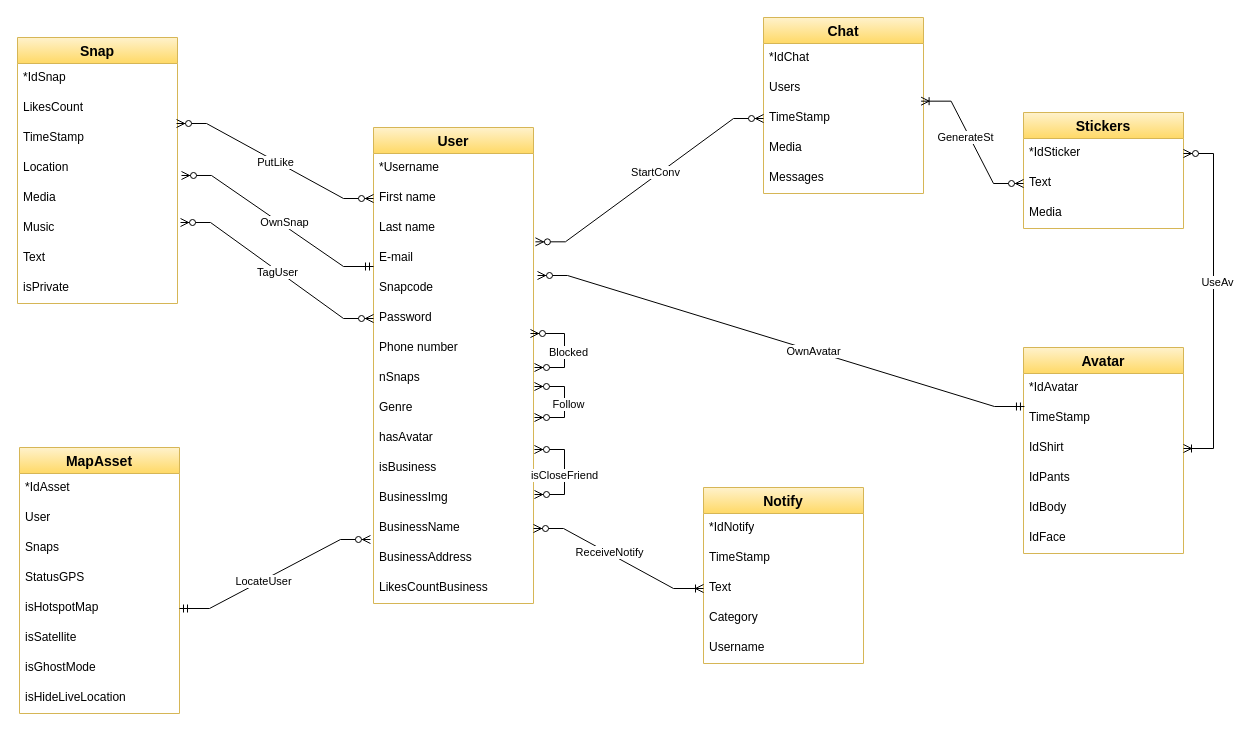
The draw.io diagram nuovo-schema-ER.drawio in Antonet99/noSQL-Snapchat, before the edit. Source tidied: cells renumbered, new cells numbered last; positions are measured from the earlier drawing's top-left corner, leaving out a move shared by most shapes. Both pictures are drawn from the tidied source at 100%, with x=0, y=0 at pixel (17, 17).
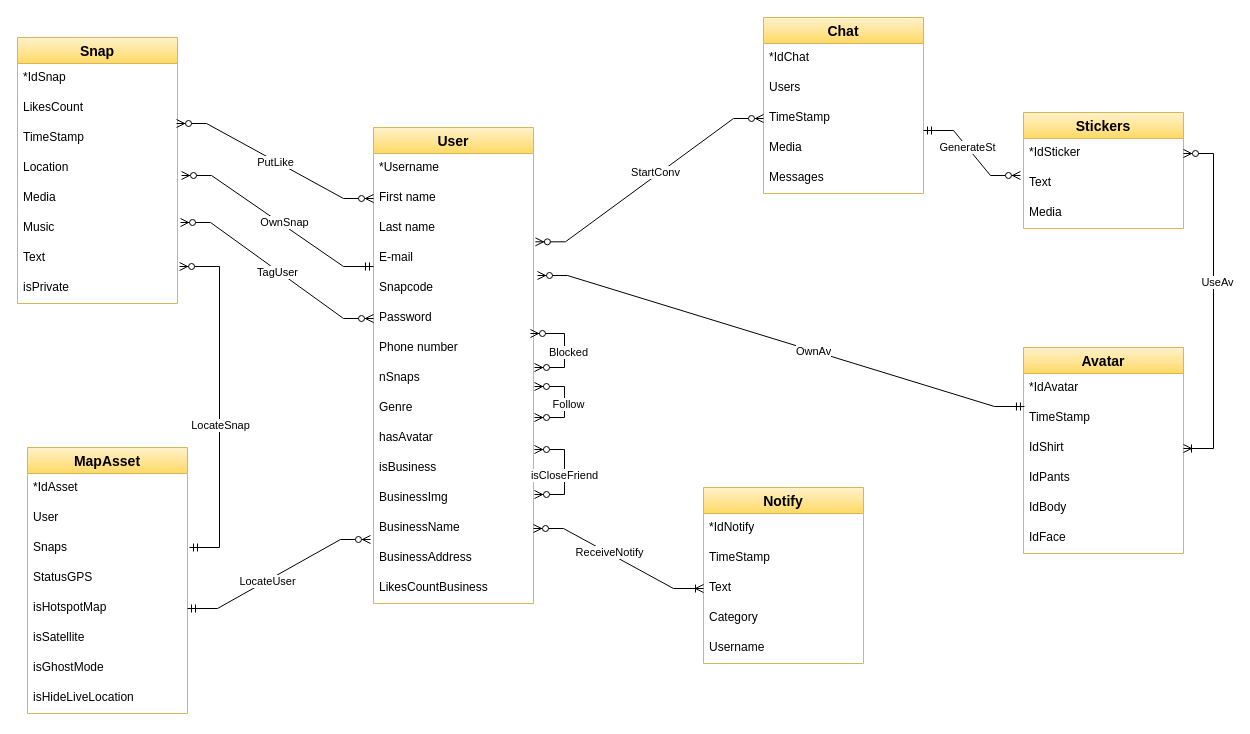
The same page after the edit.

Unchanged cells that the change refers to:
```xml
<mxCell id="30" value="TimeStamp" style="text;strokeColor=none;fillColor=none;spacingLeft=4;spacingRight=4;overflow=hidden;points=[[0,0.5],[1,0.5]];portConstraint=eastwest;fontSize=12;whiteSpace=wrap;html=1;" parent="27" vertex="1">
  <mxGeometry y="86" width="160" height="30" as="geometry" />
</mxCell>
<mxCell id="31" value="Media" style="text;strokeColor=none;fillColor=none;spacingLeft=4;spacingRight=4;overflow=hidden;points=[[0,0.5],[1,0.5]];portConstraint=eastwest;fontSize=12;whiteSpace=wrap;html=1;" parent="27" vertex="1">
  <mxGeometry y="116" width="160" height="30" as="geometry" />
</mxCell>
<mxCell id="40" value="Text" style="text;strokeColor=none;fillColor=none;spacingLeft=4;spacingRight=4;overflow=hidden;points=[[0,0.5],[1,0.5]];portConstraint=eastwest;fontSize=12;whiteSpace=wrap;html=1;" parent="33" vertex="1">
  <mxGeometry y="206" width="160" height="30" as="geometry" />
</mxCell>
<mxCell id="57" value="Text" style="text;strokeColor=none;fillColor=none;spacingLeft=4;spacingRight=4;overflow=hidden;points=[[0,0.5],[1,0.5]];portConstraint=eastwest;fontSize=12;whiteSpace=wrap;html=1;" parent="55" vertex="1">
  <mxGeometry y="56" width="160" height="30" as="geometry" />
</mxCell>
<mxCell id="77" style="edgeStyle=entityRelationEdgeStyle;fontSize=12;html=1;endArrow=ERzeroToMany;startArrow=ERmandOne;rounded=0;entryX=1.025;entryY=0.067;entryDx=0;entryDy=0;exitX=0.006;exitY=0.1;exitDx=0;exitDy=0;exitPerimeter=0;entryPerimeter=0;" parent="1" edge="1" source="44" target="7">
  <mxGeometry relative="1" as="geometry" />
</mxCell>
```

The edit, as a diff of the source:
```diff
@@
     <mxCell id="18" value="MapAsset" style="swimlane;fontStyle=1;horizontal=1;startSize=26;align=center;fontSize=14;fillColor=#fff2cc;strokeColor=#d6b656;gradientColor=#ffd966;" parent="1" vertex="1">
-      <mxGeometry x="2" y="430" width="160" height="266" as="geometry" />
+      <mxGeometry x="10" y="430" width="160" height="266" as="geometry" />
     </mxCell>
@@
-    <mxCell id="59" style="edgeStyle=entityRelationEdgeStyle;fontSize=12;html=1;endArrow=ERoneToMany;startArrow=ERzeroToMany;rounded=0;entryX=0.985;entryY=-0.078;entryDx=0;entryDy=0;entryPerimeter=0;exitX=0;exitY=0.5;exitDx=0;exitDy=0;" parent="1" edge="1" source="57" target="30">
-      <mxGeometry relative="1" as="geometry" />
-    </mxCell>
-    <mxCell id="60" value="GenerateSt" style="edgeLabel;html=1;align=center;verticalAlign=middle;" parent="59" vertex="1">
-      <mxGeometry x="0.1" y="3" relative="1" as="geometry">
-        <mxPoint x="-1" as="offset" />
-      </mxGeometry>
-    </mxCell>
@@
-    <mxCell id="78" value="OwnAvatar" style="edgeLabel;html=1;align=center;verticalAlign=middle;" parent="77" vertex="1">
+    <mxCell id="78" value="OwnAv" style="edgeLabel;html=1;align=center;verticalAlign=middle;" parent="77" vertex="1">
       <mxGeometry x="-0.13" relative="1" as="geometry" />
     </mxCell>
@@
+    <mxCell id="83" style="edgeStyle=entityRelationEdgeStyle;fontSize=12;html=1;endArrow=ERzeroToMany;startArrow=ERmandOne;rounded=0;entryX=1.013;entryY=0.767;entryDx=0;entryDy=0;entryPerimeter=0;" parent="1" edge="1" target="40">
+      <mxGeometry relative="1" as="geometry">
+        <mxPoint x="172" y="530" as="sourcePoint" />
+      </mxGeometry>
+    </mxCell>
+    <mxCell id="84" value="LocateSnap" style="edgeLabel;html=1;align=center;verticalAlign=middle;" parent="83" vertex="1">
+      <mxGeometry x="-0.13" relative="1" as="geometry" />
+    </mxCell>
+    <mxCell id="85" style="edgeStyle=entityRelationEdgeStyle;fontSize=12;html=1;endArrow=ERzeroToMany;startArrow=ERmandOne;rounded=0;exitX=1;exitY=-0.1;exitDx=0;exitDy=0;exitPerimeter=0;entryX=-0.019;entryY=0.233;entryDx=0;entryDy=0;entryPerimeter=0;" parent="1" edge="1" source="31" target="57">
+      <mxGeometry relative="1" as="geometry" />
+    </mxCell>
+    <mxCell id="60" value="GenerateSt" style="edgeLabel;html=1;align=center;verticalAlign=middle;" parent="85" vertex="1">
+      <mxGeometry x="-0.13" relative="1" as="geometry" />
+    </mxCell>
```
